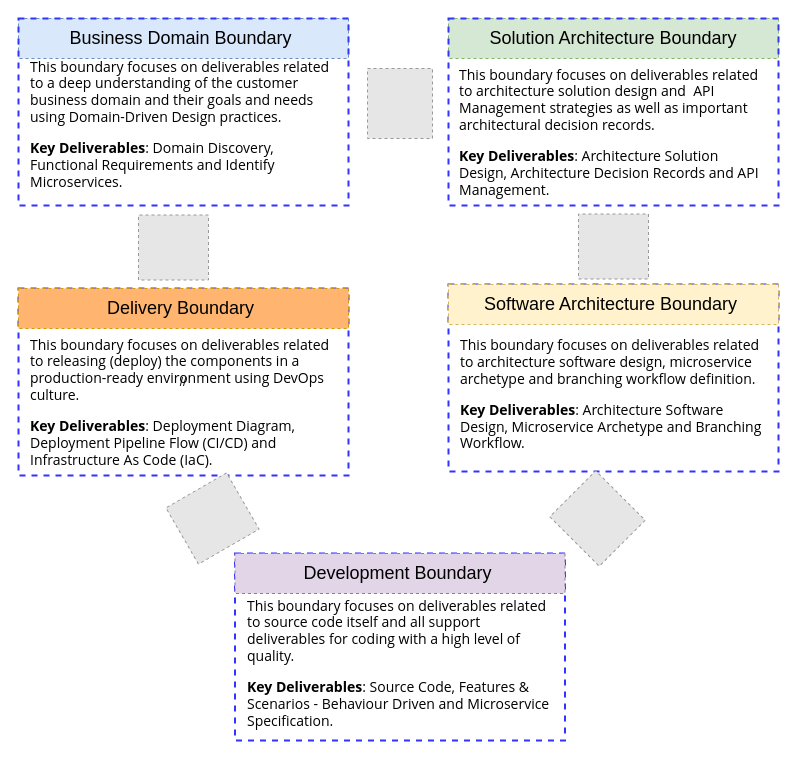
The draw.io diagram framework/drawio/Microservice Architecture Solution Framework - Boundaries.drawio in rpicanco/MicroserviceArchitectureSolutionFramework, before the edit. Source tidied: cells renumbered, new cells numbered last; positions are measured from the earlier drawing's top-left corner, leaving out a move shared by most shapes. Both pictures are drawn from the tidied source at 100%, with x=0, y=0 at pixel (18, 18). Pictures stored in the file or linked from it are replaced by grey dashed boxes.
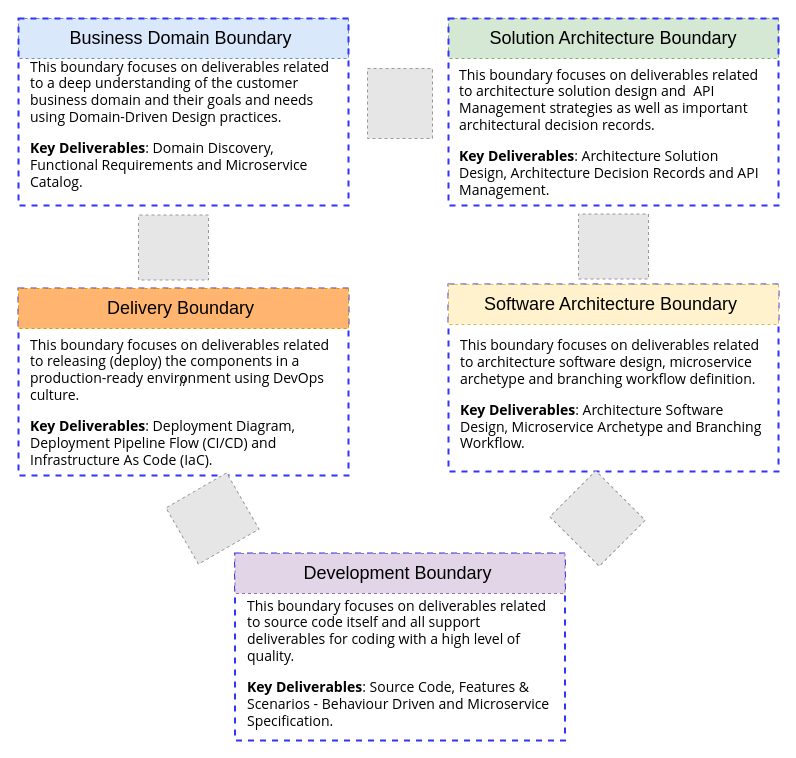
The same page after the edit.

The edit, as a diff of the source:
```diff
@@
-    <mxCell id="6" value="&lt;font&gt;&lt;span style=&quot;background-color: rgb(255 , 255 , 255)&quot;&gt;&lt;font face=&quot;open sans, arial, sans-serif&quot;&gt;&lt;span style=&quot;font-size: 14px&quot;&gt;This boundary focuses on deliverables related to a deep understanding of the customer business domain and their goals and needs using Domain-Driven Design practices.&lt;/span&gt;&lt;br&gt;&lt;br&gt;&lt;span style=&quot;font-size: 14px&quot;&gt;&lt;b&gt;Key Deliverables&lt;/b&gt;: Domain Discovery, Functional Requirements and Identify Microservices.&lt;/span&gt;&lt;br&gt;&lt;/font&gt;&lt;/span&gt;&lt;/font&gt;" style="text;html=1;strokeColor=none;fillColor=none;align=left;verticalAlign=middle;whiteSpace=wrap;rounded=0;" parent="1" vertex="1">
+    <mxCell id="6" value="&lt;font&gt;&lt;span style=&quot;background-color: rgb(255 , 255 , 255)&quot;&gt;&lt;font face=&quot;open sans, arial, sans-serif&quot;&gt;&lt;span style=&quot;font-size: 14px&quot;&gt;This boundary focuses on deliverables related to a deep understanding of the customer business domain and their goals and needs using Domain-Driven Design practices.&lt;/span&gt;&lt;br&gt;&lt;br&gt;&lt;b style=&quot;font-size: 14px&quot;&gt;Key Deliverables&lt;/b&gt;&lt;span style=&quot;font-size: 14px&quot;&gt;: Domain Discovery, Functional Requirements and Microservice Catalog.&lt;/span&gt;&lt;br&gt;&lt;/font&gt;&lt;/span&gt;&lt;/font&gt;" style="text;html=1;strokeColor=none;fillColor=none;align=left;verticalAlign=middle;whiteSpace=wrap;rounded=0;" parent="1" vertex="1">
       <mxGeometry x="10" y="36" width="310" height="139" as="geometry" />
     </mxCell>
```
